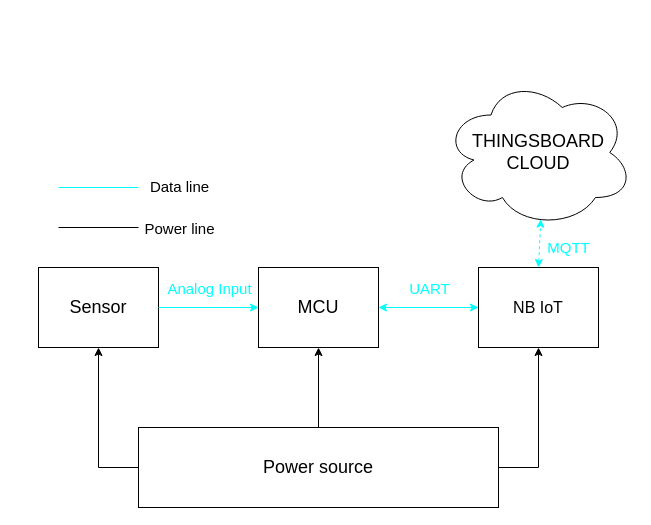
The draw.io diagram Project_overall.drawio in K2ayzz/ForDrawIO, before the edit. Source tidied: cells renumbered, new cells numbered last; positions are measured from the earlier drawing's top-left corner, leaving out a move shared by most shapes. Both pictures are drawn from the tidied source at 100%, with x=0, y=0 at pixel (38, 77).
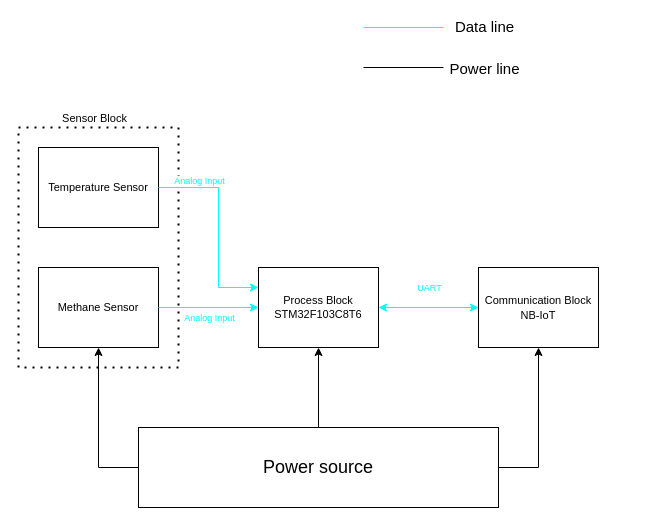
Above is the later version.

Commit message:
Cập nhật Project_overall.drawio

Unchanged cells that the change refers to:
```xml
<mxCell id="11" style="endArrow=classic;html=1;rounded=0;exitX=1;exitY=0.5;exitDx=0;exitDy=0;entryX=0;entryY=0.5;entryDx=0;entryDy=0;fillColor=#dae8fc;gradientColor=#7ea6e0;strokeColor=#00FFFF;" parent="1" edge="1" source="4" target="5">
  <mxGeometry relative="1" as="geometry" />
</mxCell>
<mxCell id="13" style="endArrow=classic;startArrow=classic;html=1;rounded=0;entryX=0;entryY=0.5;entryDx=0;entryDy=0;exitX=1;exitY=0.5;exitDx=0;exitDy=0;strokeColor=#00FFFF;" parent="1" edge="1" source="5" target="6">
  <mxGeometry relative="1" as="geometry" />
</mxCell>
```

Change to the diagram source:
```diff
@@
-    <mxCell id="4" value="&lt;font style=&quot;font-size: 18px;&quot;&gt;Sensor&lt;/font&gt;" style="whiteSpace=wrap;html=1;rounded=0;" parent="1" vertex="1">
+    <mxCell id="4" value="&lt;font style=&quot;font-size: 11px;&quot;&gt;Methane Sensor&lt;/font&gt;" style="whiteSpace=wrap;html=1;rounded=0;fontSize=11;" parent="1" vertex="1">
       <mxGeometry y="190" width="120" height="80" as="geometry" />
     </mxCell>
-    <mxCell id="5" value="&lt;font style=&quot;font-size: 18px;&quot;&gt;MCU&lt;/font&gt;" style="whiteSpace=wrap;html=1;rounded=0;" parent="1" vertex="1">
+    <mxCell id="5" value="&lt;span style=&quot;font-size: 11px;&quot;&gt;Process Block&lt;br style=&quot;font-size: 11px;&quot;&gt;STM32F103C8T6&lt;br style=&quot;font-size: 11px;&quot;&gt;&lt;/span&gt;" style="whiteSpace=wrap;html=1;rounded=0;fontSize=11;" parent="1" vertex="1">
       <mxGeometry x="220" y="190" width="120" height="80" as="geometry" />
     </mxCell>
-    <mxCell id="6" value="&lt;font size=&quot;3&quot;&gt;NB IoT&lt;/font&gt;" style="whiteSpace=wrap;html=1;rounded=0;" parent="1" vertex="1">
+    <mxCell id="6" value="&lt;font style=&quot;font-size: 11px;&quot;&gt;Communication Block&lt;br&gt;NB-IoT&lt;br&gt;&lt;/font&gt;" style="whiteSpace=wrap;html=1;rounded=0;" parent="1" vertex="1">
       <mxGeometry x="440" y="190" width="120" height="80" as="geometry" />
     </mxCell>
-    <mxCell id="7" value="&lt;font color=&quot;#00ffff&quot; style=&quot;font-size: 15px;&quot;&gt;MQTT&lt;/font&gt;" style="endArrow=classic;startArrow=classic;html=1;rounded=0;dashed=1;exitX=0.5;exitY=0;exitDx=0;exitDy=0;entryX=0.512;entryY=0.945;entryDx=0;entryDy=0;entryPerimeter=0;fontSize=15;strokeColor=#00FFFF;" parent="1" edge="1" source="6" target="8">
-      <mxGeometry x="-0.11" y="-29" relative="1" as="geometry" />
-    </mxCell>
-    <mxCell id="8" value="&lt;font style=&quot;font-size: 18px;&quot;&gt;THINGSBOARD&lt;br&gt;CLOUD&lt;/font&gt;" style="ellipse;shape=cloud;whiteSpace=wrap;html=1;rotation=0;" parent="1" vertex="1">
-      <mxGeometry x="405" width="190" height="150" as="geometry" />
-    </mxCell>
@@
-    <mxCell id="12" value="&lt;font style=&quot;font-size: 15px;&quot;&gt;Analog Input&lt;/font&gt;" style="edgeLabel;html=1;align=center;verticalAlign=middle;fontColor=#00FFFF;" parent="11" vertex="1">
+    <mxCell id="12" value="&lt;font style=&quot;font-size: 9px;&quot;&gt;Analog Input&lt;/font&gt;" style="edgeLabel;html=1;align=center;verticalAlign=middle;fontColor=#00FFFF;fontSize=9;" parent="11" vertex="1">
       <mxGeometry x="-0.3" y="3" relative="1" as="geometry">
-        <mxPoint x="15" y="-17" as="offset" />
+        <mxPoint x="15" y="13" as="offset" />
       </mxGeometry>
     </mxCell>
@@
-    <mxCell id="14" value="UART" style="edgeLabel;html=1;align=center;verticalAlign=middle;fontSize=15;fontColor=#00FFFF;" parent="13" vertex="1">
+    <mxCell id="14" value="UART" style="edgeLabel;html=1;align=center;verticalAlign=middle;fontSize=9;fontColor=#00FFFF;" parent="13" vertex="1">
       <mxGeometry x="0.08" y="-1" relative="1" as="geometry">
         <mxPoint x="-4" y="-21" as="offset" />
       </mxGeometry>
     </mxCell>
     <mxCell id="15" style="endArrow=none;html=1;rounded=0;strokeColor=#00FFFF;" parent="1" edge="1">
       <mxGeometry relative="1" as="geometry">
-        <mxPoint x="20" y="110" as="sourcePoint" />
-        <mxPoint x="100" y="110" as="targetPoint" />
+        <mxPoint x="325" y="-50" as="sourcePoint" />
+        <mxPoint x="405" y="-50" as="targetPoint" />
       </mxGeometry>
     </mxCell>
@@
     <mxCell id="17" style="endArrow=none;html=1;rounded=0;" parent="1" edge="1">
       <mxGeometry relative="1" as="geometry">
-        <mxPoint x="20" y="150" as="sourcePoint" />
-        <mxPoint x="100" y="150" as="targetPoint" />
+        <mxPoint x="325" y="-10" as="sourcePoint" />
+        <mxPoint x="405" y="-10" as="targetPoint" />
       </mxGeometry>
     </mxCell>
@@
+    <mxCell id="19" value="&lt;font style=&quot;font-size: 11px;&quot;&gt;Temperature Sensor&lt;/font&gt;" style="whiteSpace=wrap;html=1;rounded=0;fontSize=11;" parent="1" vertex="1">
+      <mxGeometry y="70" width="120" height="80" as="geometry" />
+    </mxCell>
+    <mxCell id="20" style="endArrow=none;dashed=1;html=1;dashPattern=1 3;strokeWidth=2;rounded=0;" parent="1" edge="1">
+      <mxGeometry relative="1" as="geometry">
+        <mxPoint x="-20" y="50" as="sourcePoint" />
+        <mxPoint x="-20" y="50" as="targetPoint" />
+        <Array as="points">
+          <mxPoint x="140" y="50" />
+          <mxPoint x="140" y="290" />
+          <mxPoint x="-20" y="290" />
+        </Array>
+      </mxGeometry>
+    </mxCell>
+    <mxCell id="21" value="Sensor Block" style="edgeLabel;html=1;align=center;verticalAlign=middle;" parent="20" vertex="1">
+      <mxGeometry x="-0.84" y="-1" relative="1" as="geometry">
+        <mxPoint x="11" y="-11" as="offset" />
+      </mxGeometry>
+    </mxCell>
+    <mxCell id="22" style="endArrow=classic;html=1;rounded=0;exitX=1;exitY=0.5;exitDx=0;exitDy=0;entryX=0;entryY=0.25;entryDx=0;entryDy=0;fillColor=#dae8fc;gradientColor=#7ea6e0;strokeColor=#00FFFF;" parent="1" edge="1" source="19" target="5">
+      <mxGeometry relative="1" as="geometry">
+        <Array as="points">
+          <mxPoint x="180" y="110" />
+          <mxPoint x="180" y="210" />
+        </Array>
+      </mxGeometry>
+    </mxCell>
+    <mxCell id="23" value="&lt;font style=&quot;font-size: 9px;&quot;&gt;Analog Input&lt;/font&gt;" style="edgeLabel;html=1;align=center;verticalAlign=middle;fontColor=#00FFFF;fontSize=9;" parent="22" vertex="1">
+      <mxGeometry x="-0.3" y="3" relative="1" as="geometry">
+        <mxPoint x="-23" y="-17" as="offset" />
+      </mxGeometry>
+    </mxCell>
```
